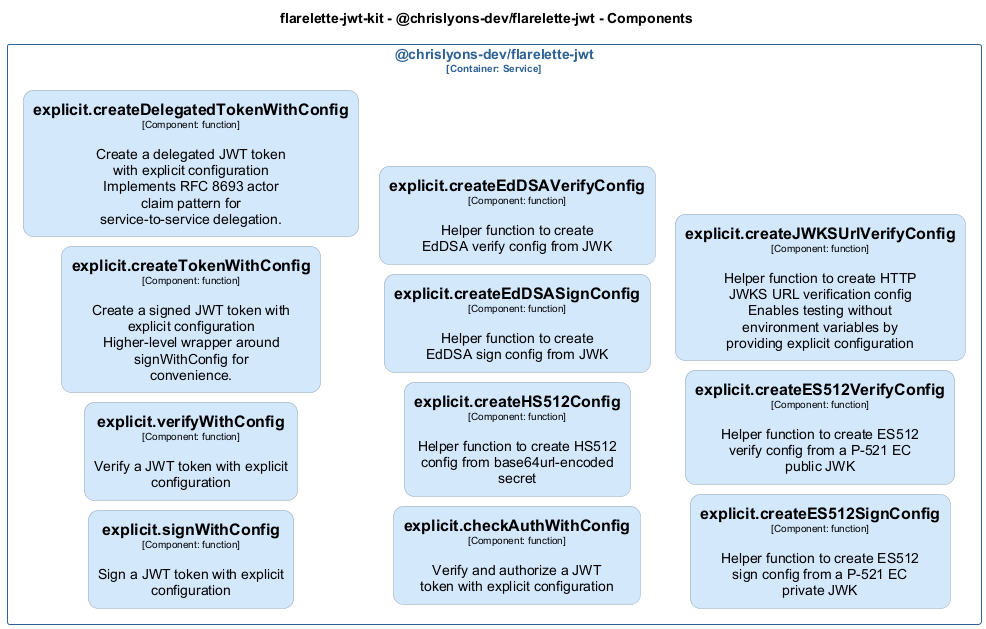
Earlier version of the PlantUML export docs/architecture/diagrams/structurizr-Classes_chrislyons_dev_flarelette_jwt__explicit.png (chrislyons-dev/flarelette-jwt-kit).
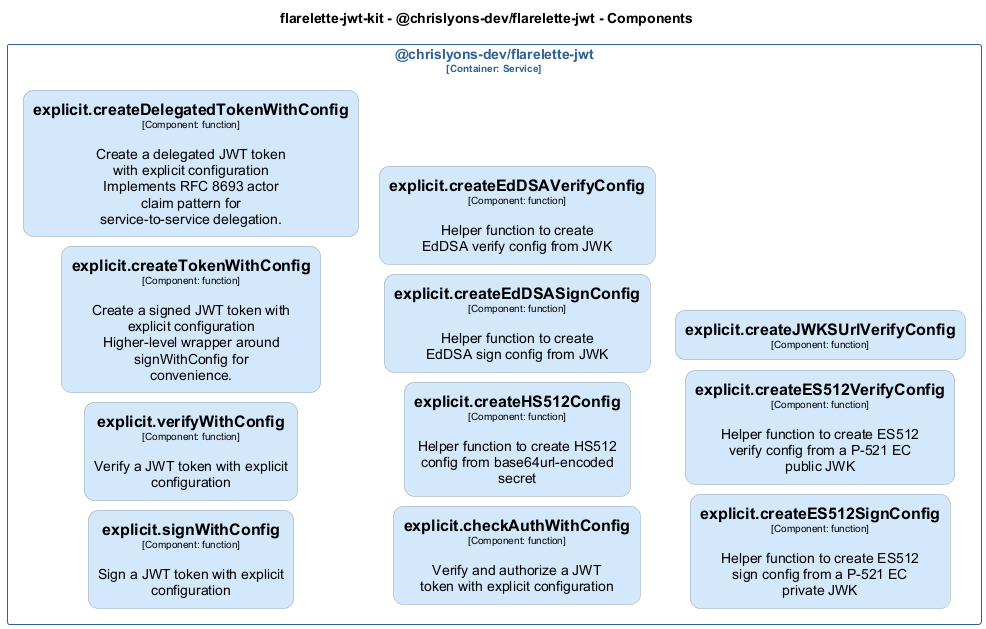
Above is the later version.

Change to the diagram source:
```diff
@@ -110,7 +110,7 @@
   rectangle "==explicit.createEdDSAVerifyConfig\n<size:10>[Component: function]</size>\n\nHelper function to create EdDSA verify config from JWK" <<flarelettejwtkit.chrislyonsdevflarelettejwt.explicitcreateEdDSAVerifyConfig>> as flarelettejwtkit.chrislyonsdevflarelettejwt.explicitcreateEdDSAVerifyConfig
   rectangle "==explicit.createES512SignConfig\n<size:10>[Component: function]</size>\n\nHelper function to create ES512 sign config from a P-521 EC private JWK" <<flarelettejwtkit.chrislyonsdevflarelettejwt.explicitcreateES512SignConfig>> as flarelettejwtkit.chrislyonsdevflarelettejwt.explicitcreateES512SignConfig
   rectangle "==explicit.createES512VerifyConfig\n<size:10>[Component: function]</size>\n\nHelper function to create ES512 verify config from a P-521 EC public JWK" <<flarelettejwtkit.chrislyonsdevflarelettejwt.explicitcreateES512VerifyConfig>> as flarelettejwtkit.chrislyonsdevflarelettejwt.explicitcreateES512VerifyConfig
-  rectangle "==explicit.createJWKSUrlVerifyConfig\n<size:10>[Component: function]</size>\n\nHelper function to create HTTP JWKS URL verification config Enables testing without environment variables by providing explicit configuration" <<flarelettejwtkit.chrislyonsdevflarelettejwt.explicitcreateJWKSUrlVerifyConfig>> as flarelettejwtkit.chrislyonsdevflarelettejwt.explicitcreateJWKSUrlVerifyConfig
+  rectangle "==explicit.createJWKSUrlVerifyConfig\n<size:10>[Component: function]</size>" <<flarelettejwtkit.chrislyonsdevflarelettejwt.explicitcreateJWKSUrlVerifyConfig>> as flarelettejwtkit.chrislyonsdevflarelettejwt.explicitcreateJWKSUrlVerifyConfig
 }
 
 @enduml
```
